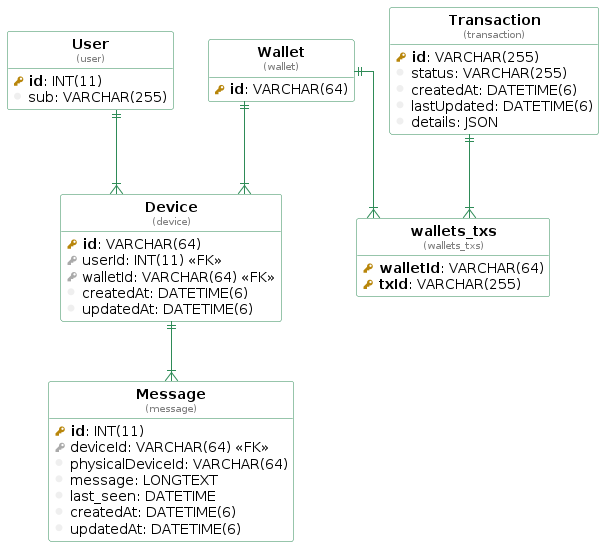
This is assets/images/model.png from fireblocks/ncw-backend-demo, a PlantUML export, as it was before one commit.
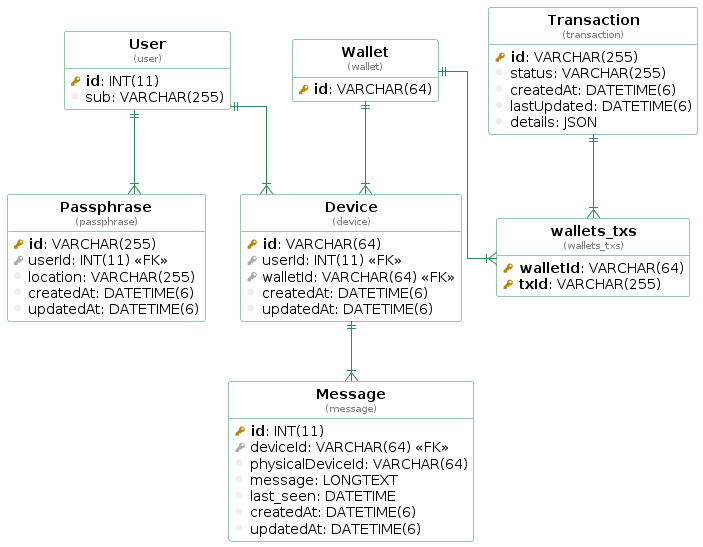
The same diagram one commit later.

The edit, as a diff of the source:
```diff
@@ -33,6 +33,14 @@
   column( updatedAt ): DATETIME(6)
 }
 
+table( Passphrase, passphrase ) as passphrase {
+  pkey( id ): VARCHAR(255)
+  fkey( userId ): INT(11) <<FK>>
+  column( location ): VARCHAR(255)
+  column( createdAt ): DATETIME(6)
+  column( updatedAt ): DATETIME(6)
+}
+
 table( User, user ) as user {
   pkey( id ): INT(11)
   column( sub ): VARCHAR(255)
@@ -64,6 +72,7 @@
 }
 
 "device" ||--|{ "message"
+"user" ||--|{ "passphrase"
 "wallet" ||--|{ "device"
 "user" ||--|{ "device"
 "wallet" ||--|{ "wallets_txs"
```
